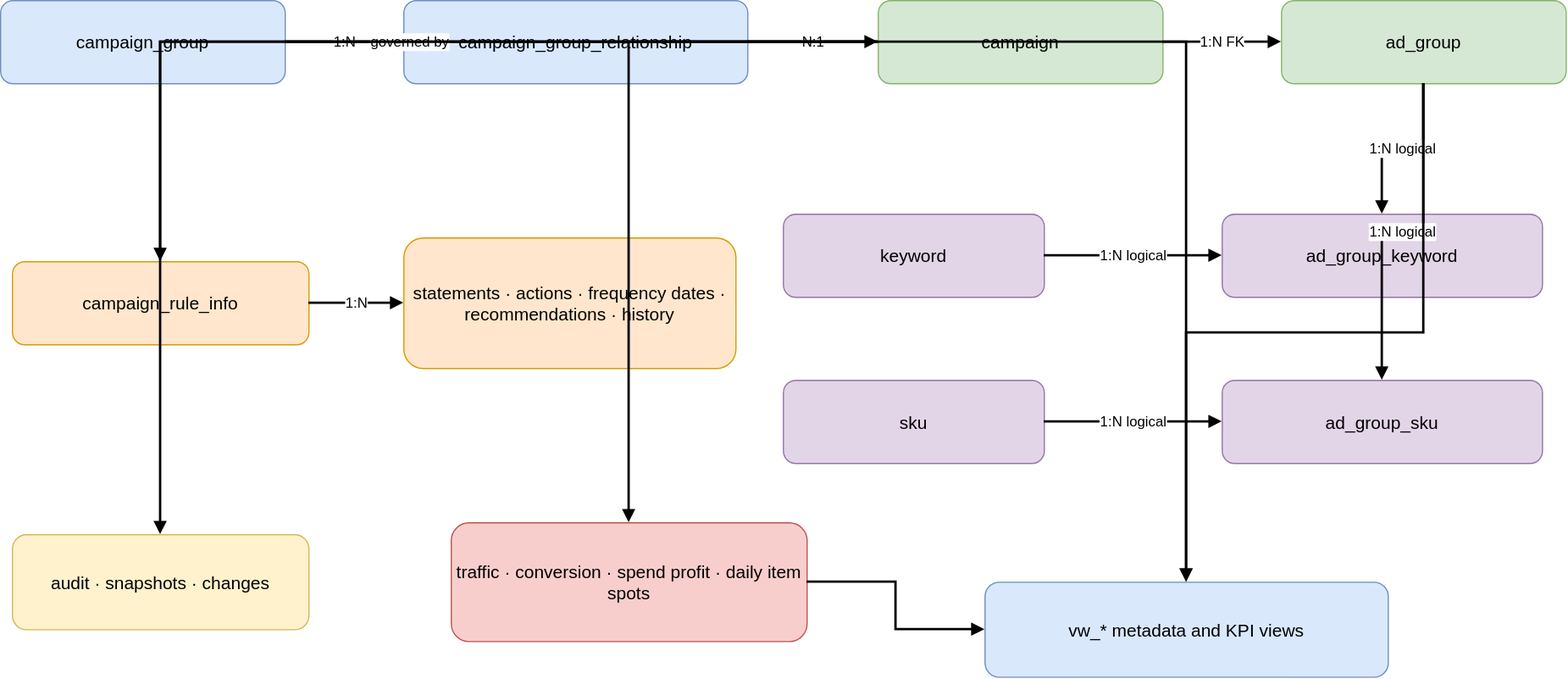
Above: docs/en/market-simulation/campaign-data-model-er.light.drawio.svg in Trance-0/MTA-strategy-optimizer (draw.io), before the change. Source tidied: cells renumbered, new cells last; positions are measured from the earlier drawing's top-left corner, leaving out a move shared by most shapes.
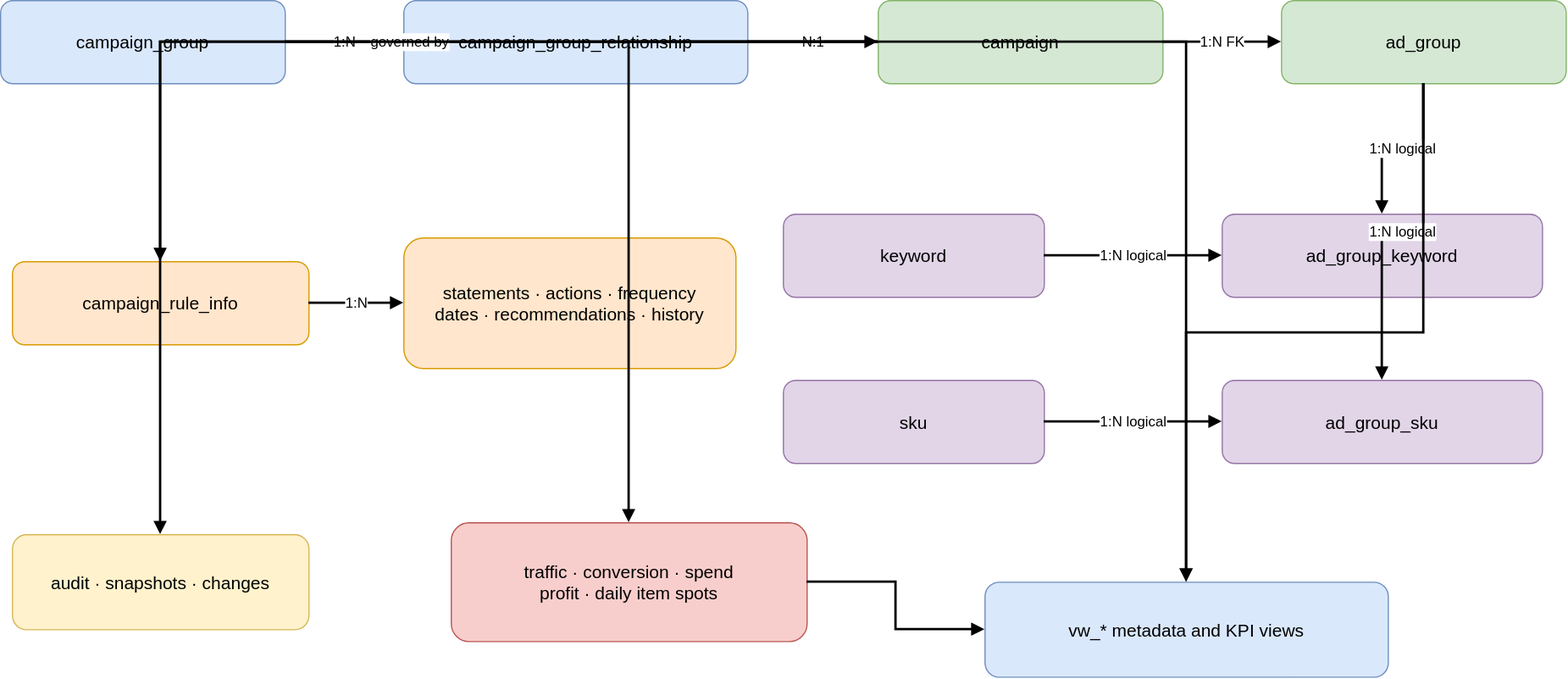
The same diagram one commit later.

The edit, as a diff of the source:
```diff
@@ -29,13 +29,13 @@
     <mxCell id="10" value="campaign_rule_info" style="rounded=1;whiteSpace=wrap;html=1;fillColor=#ffe6cc;strokeColor=#d79b00;fontSize=15;" parent="1" vertex="1">
       <mxGeometry x="10" y="220" width="250" height="70" as="geometry" />
     </mxCell>
-    <mxCell id="11" value="statements · actions · frequency dates · recommendations · history" style="rounded=1;whiteSpace=wrap;html=1;fillColor=#ffe6cc;strokeColor=#d79b00;fontSize=15;" parent="1" vertex="1">
+    <mxCell id="11" value="statements · actions · frequency&lt;br&gt;dates · recommendations · history" style="rounded=1;whiteSpace=wrap;html=1;fillColor=#ffe6cc;strokeColor=#d79b00;fontSize=15;" parent="1" vertex="1">
       <mxGeometry x="340" y="200" width="280" height="110" as="geometry" />
     </mxCell>
     <mxCell id="12" value="audit · snapshots · changes" style="rounded=1;whiteSpace=wrap;html=1;fillColor=#fff2cc;strokeColor=#d6b656;fontSize=15;" parent="1" vertex="1">
       <mxGeometry x="10" y="450" width="250" height="80" as="geometry" />
     </mxCell>
-    <mxCell id="13" value="traffic · conversion · spend profit · daily item spots" style="rounded=1;whiteSpace=wrap;html=1;fillColor=#f8cecc;strokeColor=#b85450;fontSize=15;" parent="1" vertex="1">
+    <mxCell id="13" value="traffic · conversion · spend&lt;br&gt;profit · daily item spots" style="rounded=1;whiteSpace=wrap;html=1;fillColor=#f8cecc;strokeColor=#b85450;fontSize=15;" parent="1" vertex="1">
       <mxGeometry x="380" y="440" width="300" height="100" as="geometry" />
     </mxCell>
     <mxCell id="14" value="vw_* metadata and KPI views" style="rounded=1;whiteSpace=wrap;html=1;fillColor=#dae8fc;strokeColor=#6c8ebf;fontSize=15;" parent="1" vertex="1">
```
